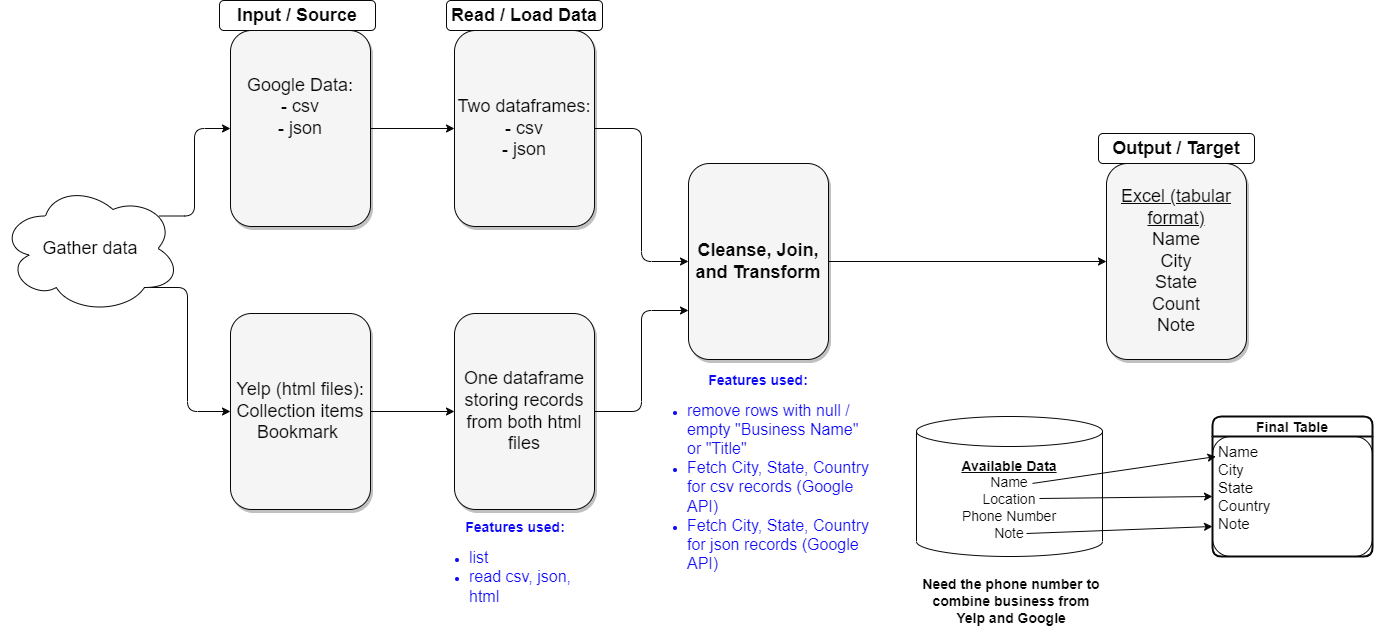
Earlier version of the draw.io export diagram.png (mary-vo/my-google-and-yelp-places). Source tidied: cells renumbered, new cells last; positions are measured from the earlier drawing's top-left corner, leaving out a move shared by most shapes.
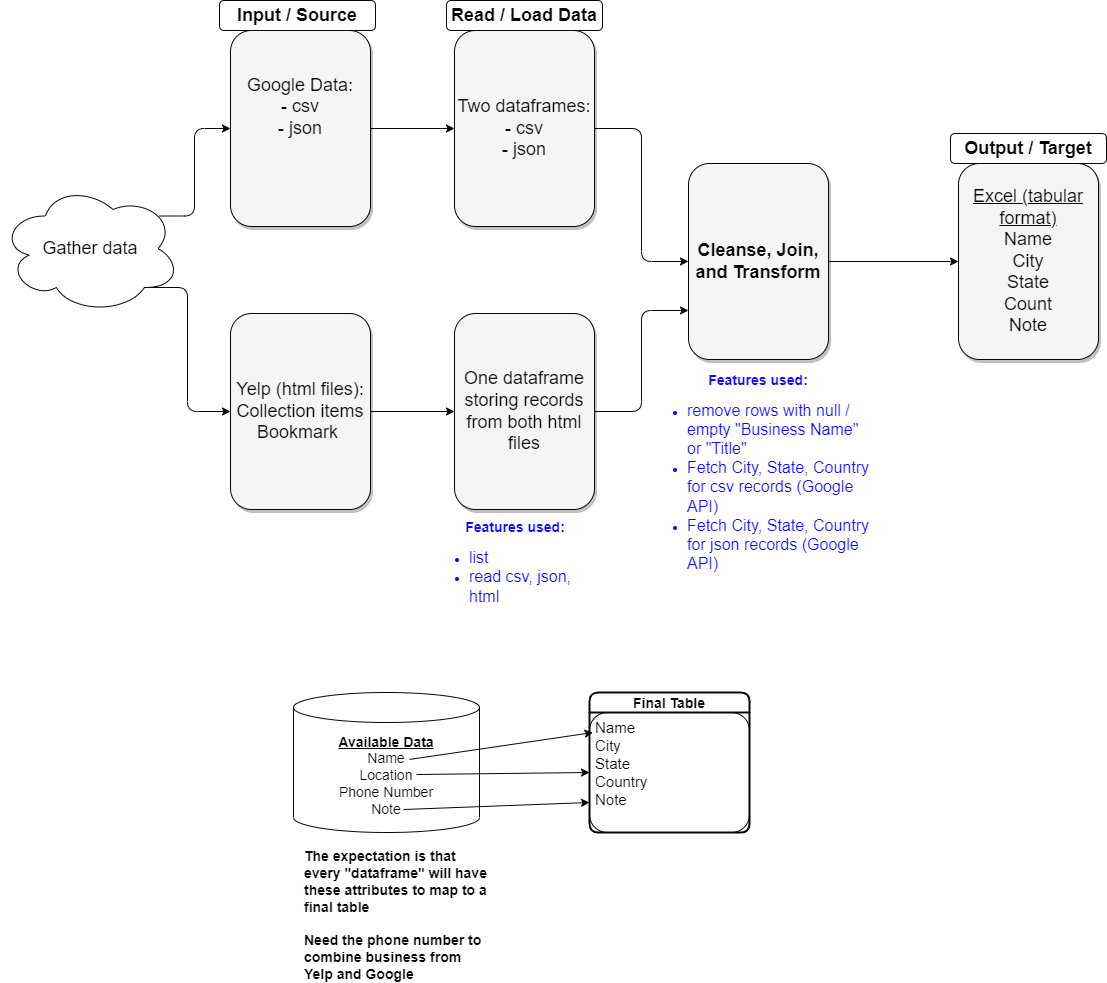
The same diagram one commit later.

Diff of the diagram source:
```diff
@@ -36,7 +36,7 @@
       <mxGeometry x="688" y="163" width="140" height="196" as="geometry" />
     </mxCell>
     <mxCell id="13" value="&lt;span style=&quot;text-decoration-line: underline;&quot;&gt;Excel (tabular format)&lt;/span&gt;&lt;br&gt;Name&lt;br&gt;City&lt;br&gt;State&lt;br&gt;Count&lt;br&gt;Note" style="whiteSpace=wrap;html=1;shadow=1;fontSize=18;fillColor=#f5f5f5;strokeColor=#080808;rounded=1;fontColor=#080808;" parent="1" vertex="1">
-      <mxGeometry x="1106" y="163" width="140" height="196" as="geometry" />
+      <mxGeometry x="958" y="163" width="140" height="196" as="geometry" />
     </mxCell>
     <mxCell id="14" style="edgeStyle=elbowEdgeStyle;rounded=1;jettySize=auto;html=1;exitX=0.88;exitY=0.25;exitDx=0;exitDy=0;exitPerimeter=0;entryX=0;entryY=0.5;entryDx=0;entryDy=0;strokeColor=#080808;fontColor=#080808;" parent="1" edge="1" source="16" target="3">
       <mxGeometry relative="1" as="geometry" />
@@ -51,20 +51,20 @@
       <mxGeometry x="446" width="156" height="30" as="geometry" />
     </mxCell>
     <mxCell id="18" value="&lt;b&gt;Output / Target&lt;/b&gt;" style="text;strokeColor=#080808;align=center;fillColor=none;html=1;verticalAlign=middle;whiteSpace=wrap;rounded=1;fontSize=18;fontColor=#080808;" parent="1" vertex="1">
-      <mxGeometry x="1098" y="133" width="156" height="30" as="geometry" />
+      <mxGeometry x="950" y="133" width="156" height="30" as="geometry" />
     </mxCell>
     <mxCell id="19" value="&lt;font style=&quot;font-size: 14px;&quot;&gt;&lt;b&gt;&lt;u&gt;Available Data&lt;/u&gt;&lt;/b&gt;&lt;br&gt;Name&lt;br&gt;Location&lt;br&gt;Phone Number&lt;br&gt;Note&lt;br&gt;&lt;/font&gt;" style="shape=cylinder3;whiteSpace=wrap;html=1;boundedLbl=1;backgroundOutline=1;size=15;rounded=1;strokeColor=#080808;fontColor=#080808;" parent="1" vertex="1">
-      <mxGeometry x="916" y="416" width="186" height="140" as="geometry" />
+      <mxGeometry x="293" y="692" width="186" height="140" as="geometry" />
     </mxCell>
     <mxCell id="20" value="Final Table" style="swimlane;horizontal=1;startSize=20;rounded=1;fontSize=14;fontStyle=1;strokeWidth=2;shadow=0;dashed=0;align=center;strokeColor=#080808;fontColor=#080808;" parent="1" vertex="1">
-      <mxGeometry x="1212" y="416" width="160" height="140" as="geometry" />
+      <mxGeometry x="589" y="692" width="160" height="140" as="geometry" />
     </mxCell>
     <mxCell id="21" value="Name&#10;City&#10;State&#10;Country&#10;Note" style="align=left;strokeColor=#080808;fillColor=none;spacingLeft=4;fontSize=15;verticalAlign=top;rounded=1;fontColor=#080808;" parent="20" vertex="1">
       <mxGeometry y="20" width="160" height="120" as="geometry" />
     </mxCell>
     <mxCell id="22" style="endArrow=classic;html=1;rounded=1;fontSize=14;entryX=0;entryY=0.5;entryDx=0;entryDy=0;strokeColor=#080808;fontColor=#080808;" parent="1" edge="1" target="21">
       <mxGeometry relative="1" as="geometry">
-        <mxPoint x="1039" y="498" as="sourcePoint" />
+        <mxPoint x="416" y="774" as="sourcePoint" />
       </mxGeometry>
     </mxCell>
     <mxCell id="23" style="endArrow=classic;html=1;rounded=1;fontSize=14;exitX=0.624;exitY=0.478;exitDx=0;exitDy=0;exitPerimeter=0;entryX=0.022;entryY=0.167;entryDx=0;entryDy=0;entryPerimeter=0;strokeColor=#080808;fontColor=#080808;" parent="1" edge="1" source="19" target="21">
@@ -72,11 +72,11 @@
     </mxCell>
     <mxCell id="24" style="endArrow=classic;html=1;rounded=1;fontSize=14;entryX=0;entryY=0.75;entryDx=0;entryDy=0;strokeColor=#080808;fontColor=#080808;" parent="1" edge="1" target="21">
       <mxGeometry relative="1" as="geometry">
-        <mxPoint x="1026" y="533" as="sourcePoint" />
+        <mxPoint x="403" y="809" as="sourcePoint" />
       </mxGeometry>
     </mxCell>
-    <mxCell id="25" value="Need the phone number to combine business from Yelp and Google" style="text;strokeColor=none;align=center;fillColor=none;html=1;verticalAlign=middle;whiteSpace=wrap;rounded=1;fontSize=14;fontStyle=1;fontColor=#080808;" parent="1" vertex="1">
-      <mxGeometry x="916" y="586" width="190" height="30" as="geometry" />
+    <mxCell id="25" value="&lt;br&gt;&lt;br&gt;&lt;div style=&quot;text-align: left;&quot;&gt;&lt;span style=&quot;background-color: initial;&quot;&gt;The expectation is that every &quot;dataframe&quot; will have these attributes to map to a final table&lt;/span&gt;&lt;/div&gt;&lt;div style=&quot;text-align: left;&quot;&gt;&lt;span style=&quot;background-color: initial;&quot;&gt;&lt;br&gt;&lt;/span&gt;&lt;/div&gt;&lt;div style=&quot;text-align: left;&quot;&gt;&lt;span style=&quot;background-color: initial;&quot;&gt;Need the phone number to combine business from Yelp and Google&lt;/span&gt;&lt;/div&gt;" style="text;strokeColor=none;align=center;fillColor=none;html=1;verticalAlign=middle;whiteSpace=wrap;rounded=1;fontSize=14;fontStyle=1;fontColor=#080808;" parent="1" vertex="1">
+      <mxGeometry x="303" y="883" width="190" height="30" as="geometry" />
     </mxCell>
     <mxCell id="26" value="&lt;font style=&quot;font-size: 14px;&quot;&gt;&lt;b&gt;Features used:&lt;/b&gt;&lt;br&gt;&lt;/font&gt;&lt;ul&gt;&lt;li style=&quot;text-align: left;&quot;&gt;&lt;font size=&quot;3&quot;&gt;remove rows with null / empty &quot;Business Name&quot; or &quot;Title&quot;&amp;nbsp;&lt;/font&gt;&lt;/li&gt;&lt;li style=&quot;text-align: left;&quot;&gt;&lt;font size=&quot;3&quot;&gt;Fetch City, State, Country for csv records (Google API)&lt;/font&gt;&lt;/li&gt;&lt;li style=&quot;border-color: var(--border-color); text-align: left;&quot;&gt;&lt;font style=&quot;border-color: var(--border-color);&quot; size=&quot;3&quot;&gt;Fetch City, State, Country for json records (Google API)&lt;/font&gt;&lt;/li&gt;&lt;/ul&gt;" style="text;strokeColor=none;align=center;fillColor=none;html=1;verticalAlign=middle;whiteSpace=wrap;rounded=1;fontColor=#0e0af5;" parent="1" vertex="1">
       <mxGeometry x="646" y="463" width="224" height="30" as="geometry" />
```
